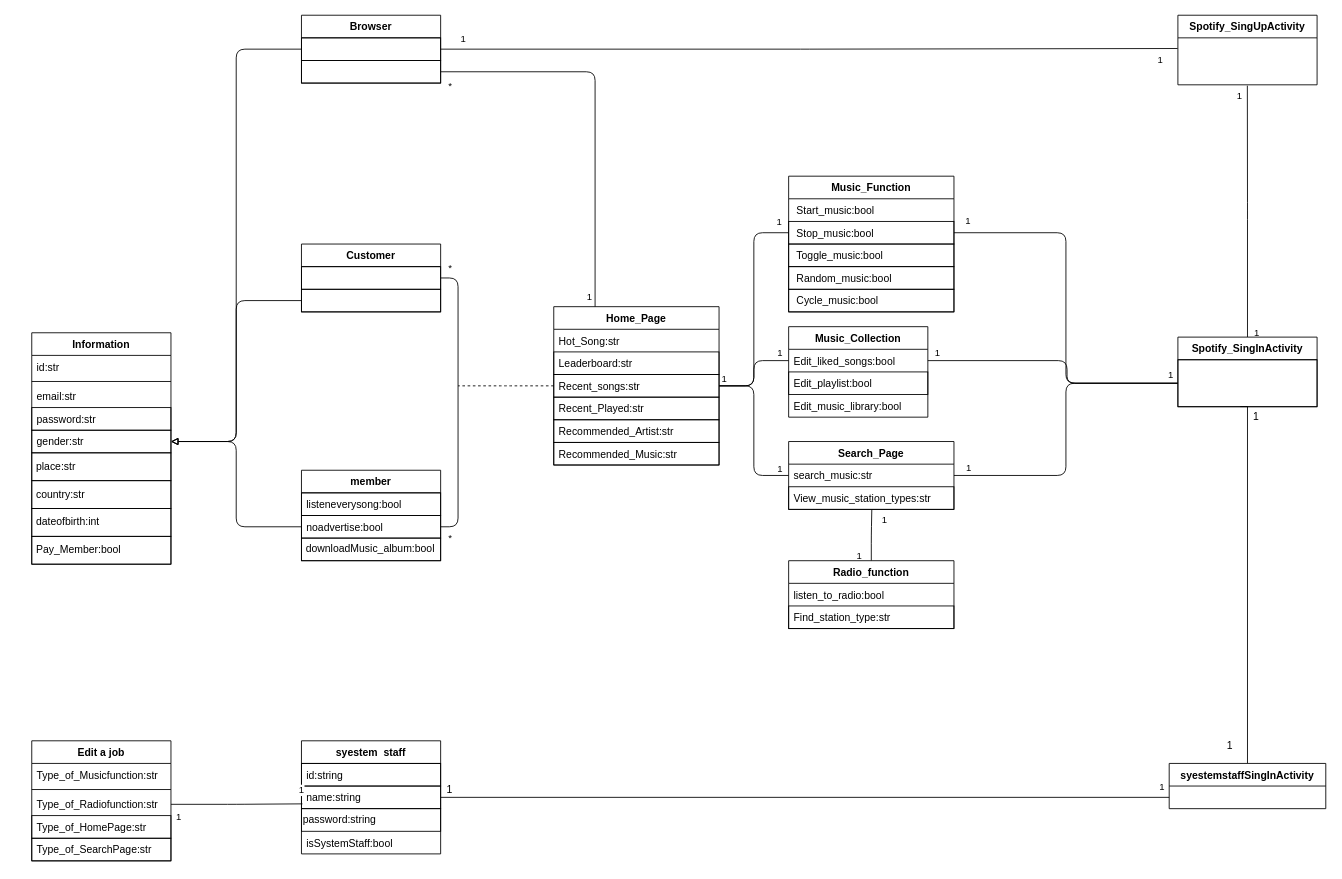
Before: page "初步類別圖-合併" (2 of 12) of draw object class.drawio in 35596035/End-of-period-project, a draw.io diagram. Source tidied: cells renumbered, new cells numbered last; positions are measured from the earlier drawing's top-left corner, leaving out a move shared by most shapes. Both pictures are drawn from the tidied source at 87%, with x=0, y=0 at pixel (31, 15).
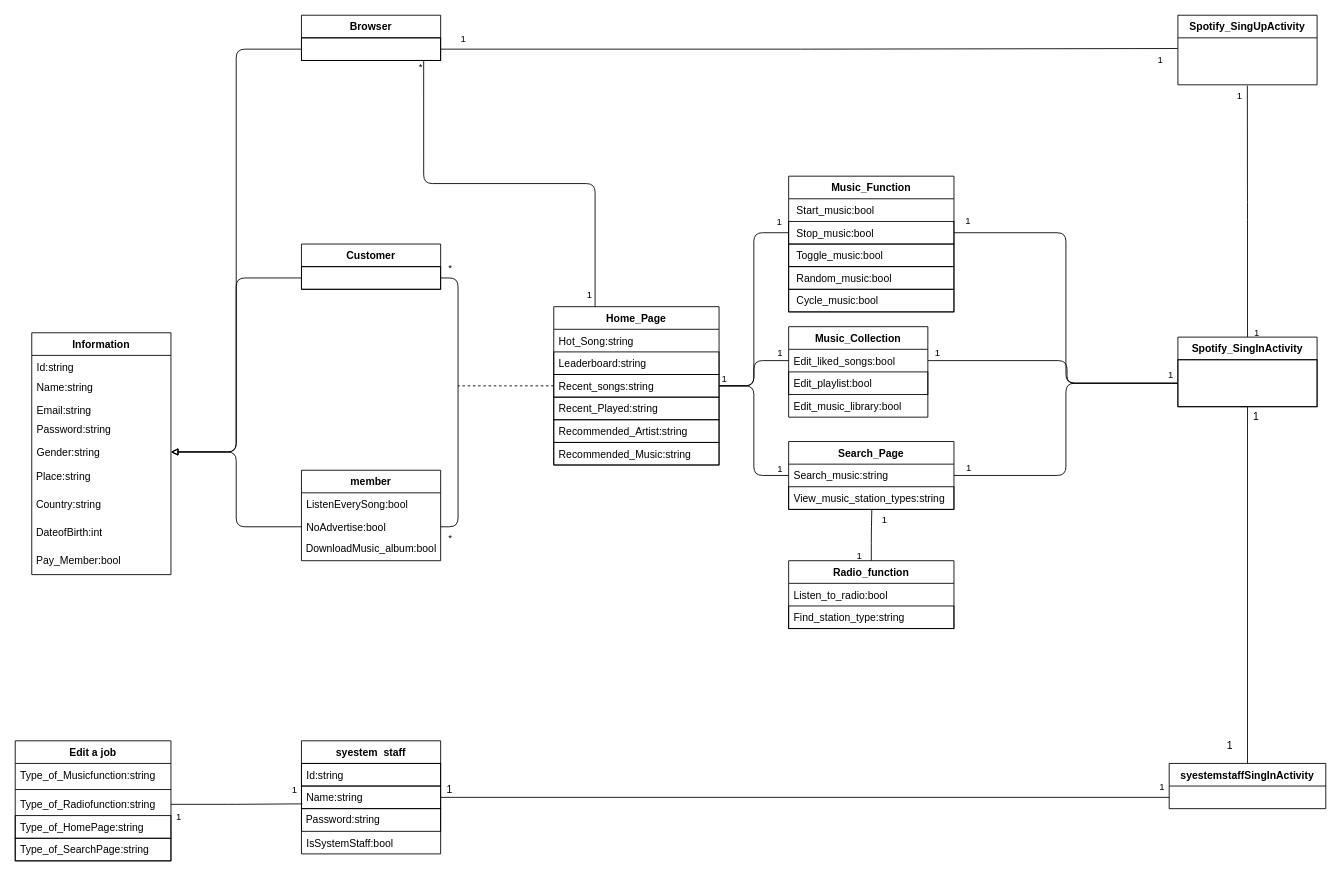
After the change.

Commit message:
revise 物件類別圖-合併(over-0614)

The change refers to these unchanged cells:
```xml
<mxCell id="3" value=" " style="text;strokeColor=default;fillColor=none;align=left;verticalAlign=top;spacingLeft=4;spacingRight=4;overflow=hidden;points=[[0,0.5],[1,0.5]];portConstraint=eastwest;" parent="2" vertex="1">
  <mxGeometry y="26" width="160" height="26" as="geometry" />
</mxCell>
<mxCell id="8" value=" " style="text;strokeColor=default;fillColor=none;align=left;verticalAlign=top;spacingLeft=4;spacingRight=4;overflow=hidden;points=[[0,0.5],[1,0.5]];portConstraint=eastwest;" parent="7" vertex="1">
  <mxGeometry y="26" width="160" height="26" as="geometry" />
</mxCell>
<mxCell id="10" value="member" style="swimlane;fontStyle=1;align=center;verticalAlign=top;horizontal=1;startSize=26;" parent="1" vertex="1">
  <mxGeometry x="310" y="523" width="160" height="104" as="geometry" />
</mxCell>
<mxCell id="34" value="syestem  staff" style="swimlane;fontStyle=1;align=center;verticalAlign=top;horizontal=1;startSize=26;" parent="1" vertex="1">
  <mxGeometry x="310" y="834" width="160" height="130" as="geometry" />
</mxCell>
<mxCell id="48" value="Home_Page" style="swimlane;fontStyle=1;align=center;verticalAlign=top;horizontal=1;startSize=26;strokeColor=default;" parent="1" vertex="1">
  <mxGeometry x="600" y="335" width="190" height="182" as="geometry" />
</mxCell>
<mxCell id="63" value="Search_Page" style="swimlane;fontStyle=1;align=center;verticalAlign=top;horizontal=1;startSize=26;strokeColor=default;" parent="1" vertex="1">
  <mxGeometry x="870" y="490" width="190" height="78" as="geometry" />
</mxCell>
<mxCell id="69" value="Radio_function" style="swimlane;fontStyle=1;align=center;verticalAlign=top;horizontal=1;startSize=26;strokeColor=default;" parent="1" vertex="1">
  <mxGeometry x="870" y="627" width="190" height="78" as="geometry" />
</mxCell>
<mxCell id="84" style="edgeStyle=orthogonalEdgeStyle;rounded=1;jettySize=auto;html=1;exitX=1;exitY=0.5;exitDx=0;exitDy=0;entryX=0.007;entryY=0.788;entryDx=0;entryDy=0;entryPerimeter=0;endArrow=none;endFill=0;" parent="1" edge="1" source="81" target="36">
  <mxGeometry relative="1" as="geometry" />
</mxCell>
```

Change to the diagram source:
```diff
@@
     <mxCell id="2" value="Browser" style="swimlane;fontStyle=1;align=center;verticalAlign=top;horizontal=1;startSize=26;" parent="1" vertex="1">
-      <mxGeometry x="310" width="160" height="78" as="geometry" />
+      <mxGeometry x="310" width="160" height="52" as="geometry" />
     </mxCell>
@@
-    <mxCell id="4" value=" " style="text;strokeColor=default;fillColor=none;align=left;verticalAlign=top;spacingLeft=4;spacingRight=4;overflow=hidden;points=[[0,0.5],[1,0.5]];portConstraint=eastwest;" parent="2" vertex="1">
-      <mxGeometry y="52" width="160" height="26" as="geometry" />
-    </mxCell>
@@
     <mxCell id="7" value="Customer" style="swimlane;fontStyle=1;align=center;verticalAlign=top;horizontal=1;startSize=26;" parent="1" vertex="1">
-      <mxGeometry x="310" y="263" width="160" height="78" as="geometry" />
+      <mxGeometry x="310" y="263" width="160" height="52" as="geometry" />
     </mxCell>
@@
-    <mxCell id="9" value=" " style="text;strokeColor=default;fillColor=none;align=left;verticalAlign=top;spacingLeft=4;spacingRight=4;overflow=hidden;points=[[0,0.5],[1,0.5]];portConstraint=eastwest;" parent="7" vertex="1">
-      <mxGeometry y="52" width="160" height="26" as="geometry" />
-    </mxCell>
@@
-    <mxCell id="11" value="listeneverysong:bool" style="text;strokeColor=default;fillColor=none;align=left;verticalAlign=top;spacingLeft=4;spacingRight=4;overflow=hidden;" parent="10" vertex="1">
+    <mxCell id="11" value="ListenEverySong:bool" style="text;strokeColor=none;fillColor=none;align=left;verticalAlign=top;spacingLeft=4;spacingRight=4;overflow=hidden;" parent="10" vertex="1">
       <mxGeometry y="26" width="160" height="26" as="geometry" />
     </mxCell>
-    <mxCell id="12" value="noadvertise:bool" style="text;strokeColor=default;fillColor=none;align=left;verticalAlign=top;spacingLeft=4;spacingRight=4;overflow=hidden;points=[[0,0.5],[1,0.5]];portConstraint=eastwest;" parent="10" vertex="1">
+    <mxCell id="12" value="NoAdvertise:bool" style="text;strokeColor=none;fillColor=none;align=left;verticalAlign=top;spacingLeft=4;spacingRight=4;overflow=hidden;points=[[0,0.5],[1,0.5]];portConstraint=eastwest;" parent="10" vertex="1">
       <mxGeometry y="52" width="160" height="26" as="geometry" />
     </mxCell>
-    <mxCell id="13" value="&amp;nbsp;downloadMusic_album:bool" style="html=1;strokeColor=default;fillColor=none;align=left;" parent="10" vertex="1">
+    <mxCell id="13" value="&amp;nbsp;DownloadMusic_album:bool" style="html=1;strokeColor=none;fillColor=none;align=left;" parent="10" vertex="1">
       <mxGeometry y="78" width="160" height="26" as="geometry" />
     </mxCell>
     <mxCell id="14" value="Information" style="swimlane;fontStyle=1;align=center;verticalAlign=top;horizontal=1;startSize=26;" parent="1" vertex="1">
-      <mxGeometry y="365" width="160" height="266" as="geometry" />
+      <mxGeometry y="365" width="160" height="278" as="geometry" />
     </mxCell>
-    <mxCell id="15" value="id:str" style="text;strokeColor=none;fillColor=none;align=left;verticalAlign=top;spacingLeft=4;spacingRight=4;overflow=hidden;" parent="14" vertex="1">
-      <mxGeometry y="26" width="160" height="26" as="geometry" />
+    <mxCell id="15" value="Id:string" style="text;strokeColor=none;fillColor=none;align=left;verticalAlign=top;spacingLeft=4;spacingRight=4;overflow=hidden;" parent="14" vertex="1">
+      <mxGeometry y="26" width="160" height="24" as="geometry" />
     </mxCell>
-    <mxCell id="16" style="line;strokeWidth=1;fillColor=none;align=left;verticalAlign=middle;spacingTop=-1;spacingLeft=3;spacingRight=3;labelPosition=right;" parent="14" vertex="1">
-      <mxGeometry y="52" width="160" height="8" as="geometry" />
-    </mxCell>
+    <mxCell id="104" value="Name:string" style="text;strokeColor=none;fillColor=none;align=left;verticalAlign=top;spacingLeft=4;spacingRight=4;overflow=hidden;" parent="14" vertex="1">
+      <mxGeometry y="50" width="160" height="26" as="geometry" />
+    </mxCell>
-    <mxCell id="17" value="email:str" style="text;strokeColor=none;fillColor=none;align=left;verticalAlign=top;spacingLeft=4;spacingRight=4;overflow=hidden;" parent="14" vertex="1">
-      <mxGeometry y="60" width="160" height="26" as="geometry" />
+    <mxCell id="17" value="Email:string" style="text;strokeColor=none;fillColor=none;align=left;verticalAlign=top;spacingLeft=4;spacingRight=4;overflow=hidden;" parent="14" vertex="1">
+      <mxGeometry y="76" width="160" height="22" as="geometry" />
     </mxCell>
-    <mxCell id="18" value="password:str" style="text;strokeColor=default;fillColor=none;align=left;verticalAlign=top;spacingLeft=4;spacingRight=4;overflow=hidden;" parent="14" vertex="1">
-      <mxGeometry y="86" width="160" height="26" as="geometry" />
+    <mxCell id="18" value="Password:string" style="text;strokeColor=none;fillColor=none;align=left;verticalAlign=top;spacingLeft=4;spacingRight=4;overflow=hidden;" parent="14" vertex="1">
+      <mxGeometry y="98" width="160" height="26" as="geometry" />
     </mxCell>
-    <mxCell id="19" value="gender:str" style="text;strokeColor=default;fillColor=none;align=left;verticalAlign=top;spacingLeft=4;spacingRight=4;overflow=hidden;points=[[0,0.5],[1,0.5]];portConstraint=eastwest;" parent="14" vertex="1">
-      <mxGeometry y="112" width="160" height="26" as="geometry" />
+    <mxCell id="19" value="Gender:string" style="text;strokeColor=none;fillColor=none;align=left;verticalAlign=top;spacingLeft=4;spacingRight=4;overflow=hidden;points=[[0,0.5],[1,0.5]];portConstraint=eastwest;" parent="14" vertex="1">
+      <mxGeometry y="124" width="160" height="26" as="geometry" />
     </mxCell>
-    <mxCell id="20" value="&amp;nbsp;place:str" style="html=1;align=left;fillColor=none;" parent="14" vertex="1">
-      <mxGeometry y="138" width="160" height="32" as="geometry" />
+    <mxCell id="20" value="&amp;nbsp;Place:string" style="html=1;align=left;fillColor=none;strokeColor=none;" parent="14" vertex="1">
+      <mxGeometry y="150" width="160" height="32" as="geometry" />
     </mxCell>
-    <mxCell id="21" value="&amp;nbsp;country:str" style="html=1;align=left;fillColor=none;" parent="14" vertex="1">
-      <mxGeometry y="170" width="160" height="32" as="geometry" />
+    <mxCell id="21" value="&amp;nbsp;Country:string" style="html=1;align=left;fillColor=none;strokeColor=none;" parent="14" vertex="1">
+      <mxGeometry y="182" width="160" height="32" as="geometry" />
     </mxCell>
-    <mxCell id="22" value="&amp;nbsp;dateofbirth:int" style="html=1;align=left;fillColor=none;" parent="14" vertex="1">
-      <mxGeometry y="202" width="160" height="32" as="geometry" />
+    <mxCell id="22" value="&amp;nbsp;DateofBirth:int" style="html=1;align=left;fillColor=none;strokeColor=none;" parent="14" vertex="1">
+      <mxGeometry y="214" width="160" height="32" as="geometry" />
     </mxCell>
-    <mxCell id="23" value="&amp;nbsp;Pay_Member:bool" style="html=1;align=left;fillColor=none;" parent="14" vertex="1">
-      <mxGeometry y="234" width="160" height="32" as="geometry" />
+    <mxCell id="23" value="&amp;nbsp;Pay_Member:bool" style="html=1;align=left;fillColor=none;strokeColor=none;" parent="14" vertex="1">
+      <mxGeometry y="246" width="160" height="32" as="geometry" />
     </mxCell>
-    <mxCell id="24" style="edgeStyle=orthogonalEdgeStyle;rounded=1;jettySize=auto;html=1;exitX=0;exitY=0.5;exitDx=0;exitDy=0;endArrow=block;endFill=0;" parent="1" edge="1" source="9" target="19">
+    <mxCell id="24" style="edgeStyle=orthogonalEdgeStyle;rounded=1;jettySize=auto;html=1;exitX=0;exitY=0.5;exitDx=0;exitDy=0;endArrow=block;endFill=0;" parent="1" edge="1" source="8" target="19">
       <mxGeometry relative="1" as="geometry" />
     </mxCell>
@@
-    <mxCell id="35" value="id:string " style="text;strokeColor=default;fillColor=none;align=left;verticalAlign=top;spacingLeft=4;spacingRight=4;overflow=hidden;" parent="34" vertex="1">
+    <mxCell id="35" value="Id:string " style="text;strokeColor=default;fillColor=none;align=left;verticalAlign=top;spacingLeft=4;spacingRight=4;overflow=hidden;" parent="34" vertex="1">
       <mxGeometry y="26" width="160" height="26" as="geometry" />
     </mxCell>
-    <mxCell id="36" value="name:string" style="text;strokeColor=default;fillColor=none;align=left;verticalAlign=top;spacingLeft=4;spacingRight=4;overflow=hidden;points=[[0,0.5],[1,0.5]];portConstraint=eastwest;" parent="34" vertex="1">
+    <mxCell id="36" value="Name:string" style="text;strokeColor=default;fillColor=none;align=left;verticalAlign=top;spacingLeft=4;spacingRight=4;overflow=hidden;points=[[0,0.5],[1,0.5]];portConstraint=eastwest;" parent="34" vertex="1">
       <mxGeometry y="52" width="160" height="26" as="geometry" />
     </mxCell>
-    <mxCell id="37" value="password:string" style="html=1;strokeColor=default;fillColor=none;align=left;" parent="34" vertex="1">
+    <mxCell id="37" value="&amp;nbsp;Password:string" style="html=1;strokeColor=default;fillColor=none;align=left;" parent="34" vertex="1">
       <mxGeometry y="78" width="160" height="26" as="geometry" />
     </mxCell>
-    <mxCell id="38" value="isSystemStaff:bool" style="text;strokeColor=none;fillColor=none;align=left;verticalAlign=top;spacingLeft=4;spacingRight=4;overflow=hidden;" parent="34" vertex="1">
+    <mxCell id="38" value="IsSystemStaff:bool" style="text;strokeColor=none;fillColor=none;align=left;verticalAlign=top;spacingLeft=4;spacingRight=4;overflow=hidden;" parent="34" vertex="1">
       <mxGeometry y="104" width="160" height="26" as="geometry" />
     </mxCell>
@@
-    <mxCell id="49" value="Hot_Song:str" style="text;strokeColor=none;fillColor=none;align=left;verticalAlign=top;spacingLeft=4;spacingRight=4;overflow=hidden;" parent="48" vertex="1">
+    <mxCell id="49" value="Hot_Song:string" style="text;strokeColor=none;fillColor=none;align=left;verticalAlign=top;spacingLeft=4;spacingRight=4;overflow=hidden;" parent="48" vertex="1">
       <mxGeometry y="26" width="190" height="26" as="geometry" />
     </mxCell>
-    <mxCell id="50" value="Leaderboard:str" style="text;strokeColor=default;fillColor=none;align=left;verticalAlign=top;spacingLeft=4;spacingRight=4;overflow=hidden;" parent="48" vertex="1">
+    <mxCell id="50" value="Leaderboard:string" style="text;strokeColor=default;fillColor=none;align=left;verticalAlign=top;spacingLeft=4;spacingRight=4;overflow=hidden;" parent="48" vertex="1">
       <mxGeometry y="52" width="190" height="26" as="geometry" />
     </mxCell>
-    <mxCell id="51" value="Recent_songs:str" style="text;strokeColor=default;fillColor=none;align=left;verticalAlign=top;spacingLeft=4;spacingRight=4;overflow=hidden;points=[[0,0.5],[1,0.5]];portConstraint=eastwest;" parent="48" vertex="1">
+    <mxCell id="51" value="Recent_songs:string" style="text;strokeColor=default;fillColor=none;align=left;verticalAlign=top;spacingLeft=4;spacingRight=4;overflow=hidden;points=[[0,0.5],[1,0.5]];portConstraint=eastwest;" parent="48" vertex="1">
       <mxGeometry y="78" width="190" height="26" as="geometry" />
     </mxCell>
-    <mxCell id="52" value="Recent_Played:str" style="text;strokeColor=default;fillColor=none;align=left;verticalAlign=top;spacingLeft=4;spacingRight=4;overflow=hidden;" parent="48" vertex="1">
+    <mxCell id="52" value="Recent_Played:string" style="text;strokeColor=default;fillColor=none;align=left;verticalAlign=top;spacingLeft=4;spacingRight=4;overflow=hidden;" parent="48" vertex="1">
       <mxGeometry y="104" width="190" height="26" as="geometry" />
     </mxCell>
-    <mxCell id="53" value="Recommended_Artist:str" style="text;strokeColor=default;fillColor=none;align=left;verticalAlign=top;spacingLeft=4;spacingRight=4;overflow=hidden;" parent="48" vertex="1">
+    <mxCell id="53" value="Recommended_Artist:string" style="text;strokeColor=default;fillColor=none;align=left;verticalAlign=top;spacingLeft=4;spacingRight=4;overflow=hidden;" parent="48" vertex="1">
       <mxGeometry y="130" width="190" height="26" as="geometry" />
     </mxCell>
-    <mxCell id="54" value="Recommended_Music:str" style="text;strokeColor=default;fillColor=none;align=left;verticalAlign=top;spacingLeft=4;spacingRight=4;overflow=hidden;" parent="48" vertex="1">
+    <mxCell id="54" value="Recommended_Music:string" style="text;strokeColor=default;fillColor=none;align=left;verticalAlign=top;spacingLeft=4;spacingRight=4;overflow=hidden;" parent="48" vertex="1">
       <mxGeometry y="156" width="190" height="26" as="geometry" />
     </mxCell>
@@
-    <mxCell id="58" style="edgeStyle=orthogonalEdgeStyle;rounded=1;jettySize=auto;html=1;exitX=1;exitY=0.5;exitDx=0;exitDy=0;entryX=0.25;entryY=0;entryDx=0;entryDy=0;endArrow=none;endFill=0;" parent="1" edge="1" source="4" target="48">
+    <mxCell id="58" style="edgeStyle=orthogonalEdgeStyle;rounded=1;jettySize=auto;html=1;exitX=0.878;exitY=0.998;exitDx=0;exitDy=0;entryX=0.25;entryY=0;entryDx=0;entryDy=0;endArrow=none;endFill=0;exitPerimeter=0;" parent="1" edge="1" source="3" target="48">
       <mxGeometry relative="1" as="geometry" />
     </mxCell>
@@
     <mxCell id="60" value="*" style="edgeLabel;html=1;align=center;verticalAlign=middle;" parent="58" vertex="1">
       <mxGeometry x="-0.94" y="-1" relative="1" as="geometry">
-        <mxPoint x="-3" y="14" as="offset" />
+        <mxPoint x="-3" y="-6" as="offset" />
       </mxGeometry>
     </mxCell>
@@
-    <mxCell id="64" value="search_music:str" style="text;strokeColor=none;fillColor=none;align=left;verticalAlign=top;spacingLeft=4;spacingRight=4;overflow=hidden;points=[[0,0.5],[1,0.5]];portConstraint=eastwest;" parent="63" vertex="1">
+    <mxCell id="64" value="Search_music:string" style="text;strokeColor=none;fillColor=none;align=left;verticalAlign=top;spacingLeft=4;spacingRight=4;overflow=hidden;points=[[0,0.5],[1,0.5]];portConstraint=eastwest;" parent="63" vertex="1">
       <mxGeometry y="26" width="190" height="26" as="geometry" />
     </mxCell>
-    <mxCell id="65" value="View_music_station_types:str" style="text;strokeColor=default;fillColor=none;align=left;verticalAlign=top;spacingLeft=4;spacingRight=4;overflow=hidden;points=[[0,0.5],[1,0.5]];portConstraint=eastwest;" parent="63" vertex="1">
+    <mxCell id="65" value="View_music_station_types:string" style="text;strokeColor=default;fillColor=none;align=left;verticalAlign=top;spacingLeft=4;spacingRight=4;overflow=hidden;points=[[0,0.5],[1,0.5]];portConstraint=eastwest;" parent="63" vertex="1">
       <mxGeometry y="52" width="190" height="26" as="geometry" />
     </mxCell>
@@
-    <mxCell id="70" value="listen_to_radio:bool" style="text;strokeColor=none;fillColor=none;align=left;verticalAlign=top;spacingLeft=4;spacingRight=4;overflow=hidden;" parent="69" vertex="1">
+    <mxCell id="70" value="Listen_to_radio:bool" style="text;strokeColor=none;fillColor=none;align=left;verticalAlign=top;spacingLeft=4;spacingRight=4;overflow=hidden;" parent="69" vertex="1">
       <mxGeometry y="26" width="190" height="26" as="geometry" />
     </mxCell>
-    <mxCell id="71" value="Find_station_type:str" style="text;strokeColor=default;fillColor=none;align=left;verticalAlign=top;spacingLeft=4;spacingRight=4;overflow=hidden;" parent="69" vertex="1">
+    <mxCell id="71" value="Find_station_type:string" style="text;strokeColor=default;fillColor=none;align=left;verticalAlign=top;spacingLeft=4;spacingRight=4;overflow=hidden;" parent="69" vertex="1">
       <mxGeometry y="52" width="190" height="26" as="geometry" />
     </mxCell>
@@
     <mxCell id="78" value="Edit a job" style="swimlane;fontStyle=1;align=center;verticalAlign=top;horizontal=1;startSize=26;strokeColor=default;fillColor=none;" parent="1" vertex="1">
-      <mxGeometry y="834" width="160" height="138" as="geometry" />
+      <mxGeometry x="-19" y="834" width="179" height="138" as="geometry" />
     </mxCell>
-    <mxCell id="79" value="Type_of_Musicfunction:str" style="text;strokeColor=none;fillColor=none;align=left;verticalAlign=top;spacingLeft=4;spacingRight=4;overflow=hidden;" parent="78" vertex="1">
-      <mxGeometry y="26" width="160" height="26" as="geometry" />
+    <mxCell id="79" value="Type_of_Musicfunction:string " style="text;strokeColor=none;fillColor=none;align=left;verticalAlign=top;spacingLeft=4;spacingRight=4;overflow=hidden;" parent="78" vertex="1">
+      <mxGeometry y="26" width="179" height="26" as="geometry" />
     </mxCell>
     <mxCell id="80" style="line;strokeWidth=1;fillColor=none;align=left;verticalAlign=middle;spacingTop=-1;spacingLeft=3;spacingRight=3;labelPosition=right;" parent="78" vertex="1">
-      <mxGeometry y="52" width="160" height="8" as="geometry" />
+      <mxGeometry y="52" width="179" height="8" as="geometry" />
     </mxCell>
-    <mxCell id="81" value="Type_of_Radiofunction:str" style="text;strokeColor=none;fillColor=none;align=left;verticalAlign=top;spacingLeft=4;spacingRight=4;overflow=hidden;points=[[0,0.5],[1,0.5]];portConstraint=eastwest;" parent="78" vertex="1">
-      <mxGeometry y="60" width="160" height="26" as="geometry" />
+    <mxCell id="81" value="Type_of_Radiofunction:string " style="text;strokeColor=none;fillColor=none;align=left;verticalAlign=top;spacingLeft=4;spacingRight=4;overflow=hidden;points=[[0,0.5],[1,0.5]];portConstraint=eastwest;" parent="78" vertex="1">
+      <mxGeometry y="60" width="179" height="26" as="geometry" />
     </mxCell>
-    <mxCell id="82" value="Type_of_HomePage:str" style="text;strokeColor=default;fillColor=none;align=left;verticalAlign=top;spacingLeft=4;spacingRight=4;overflow=hidden;" parent="78" vertex="1">
-      <mxGeometry y="86" width="160" height="26" as="geometry" />
+    <mxCell id="82" value="Type_of_HomePage:string " style="text;strokeColor=default;fillColor=none;align=left;verticalAlign=top;spacingLeft=4;spacingRight=4;overflow=hidden;" parent="78" vertex="1">
+      <mxGeometry y="86" width="179" height="26" as="geometry" />
     </mxCell>
-    <mxCell id="83" value="Type_of_SearchPage:str" style="text;strokeColor=default;fillColor=none;align=left;verticalAlign=top;spacingLeft=4;spacingRight=4;overflow=hidden;" parent="78" vertex="1">
-      <mxGeometry y="112" width="160" height="26" as="geometry" />
+    <mxCell id="83" value="Type_of_SearchPage:string " style="text;strokeColor=default;fillColor=none;align=left;verticalAlign=top;spacingLeft=4;spacingRight=4;overflow=hidden;" parent="78" vertex="1">
+      <mxGeometry y="112" width="179" height="26" as="geometry" />
     </mxCell>
@@
     <mxCell id="86" value="1" style="edgeLabel;html=1;align=center;verticalAlign=middle;" parent="84" vertex="1">
       <mxGeometry x="0.78" y="-2" relative="1" as="geometry">
-        <mxPoint x="15" y="-18" as="offset" />
+        <mxPoint x="7" y="-18" as="offset" />
       </mxGeometry>
     </mxCell>
```
